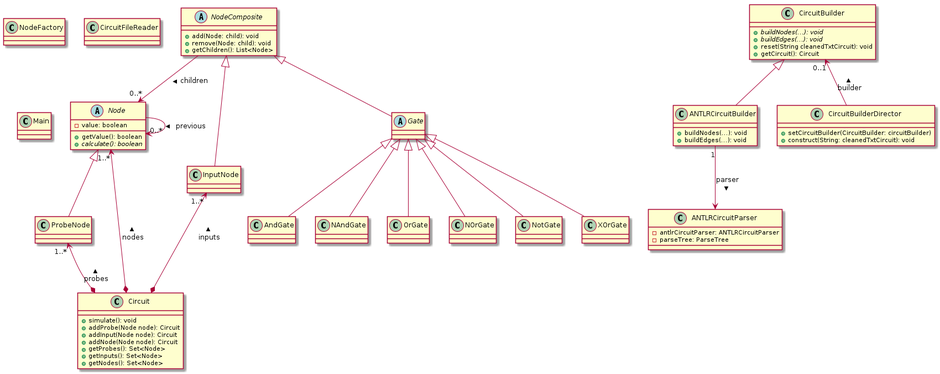
stevenliebregt/avans-dp1-sirkwie keeps this PlantUML diagram as docs/diagrams/build/dkd.png. Above is the earlier version. The source it was exported from:
```plantuml
@startuml

abstract class Node {
    -value: boolean
    +getValue(): boolean
    +{abstract} calculate(): boolean
}
Node --> "0..*" Node : previous >

abstract class NodeComposite {
    +add(Node: child): void
    +remove(Node: child): void
    +getChildren(): List<Node>
}
NodeComposite --> "0..*" Node : children >

class InputNode {
}
NodeComposite <|-- InputNode

class ProbeNode {
}
Node <|-- ProbeNode

abstract class Gate {
}
NodeComposite <|-- Gate

class AndGate {
}
Gate <|-- AndGate

class NAndGate {
}
Gate <|-- NAndGate

class OrGate {
}
Gate <|-- OrGate

class NOrGate {
}
Gate <|-- NOrGate

class NotGate {
}
Gate <|-- NotGate

class XOrGate {
}
Gate <|-- XOrGate

class Circuit {
    +simulate(): void
    +addProbe(Node node): Circuit
    +addInput(Node node): Circuit
    +addNode(Node node): Circuit
    +getProbes(): Set<Node>
    +getInputs(): Set<Node>
    +getNodes(): Set<Node>
}
InputNode "1..*" <--* Circuit : inputs <
ProbeNode "1..*" <--* Circuit : probes <
Node "1..*" <--* Circuit : nodes <

class CircuitBuilder {
    +{abstract} buildNodes(...): void
    +{abstract} buildEdges(...): void
    +reset(String cleanedTxtCircuit): void
    +getCircuit(): Circuit
}

class ANTLRCircuitBuilder {
    +buildNodes(...): void
    +buildEdges(...): void
}
CircuitBuilder <|-- ANTLRCircuitBuilder
ANTLRCircuitBuilder "1" --> ANTLRCircuitParser : parser >

class CircuitBuilderDirector {
    +setCircuitBuilder(CircuitBuilder: circuitBuilder)
    +construct(String: cleanedTxtCircuit): void
}
CircuitBuilder "0..1" <-- CircuitBuilderDirector : builder <

class NodeFactory {
}

class ANTLRCircuitParser {
    -antlrCircuitParser: ANTLRCircuitParser
    -parseTree: ParseTree
}

class CircuitFileReader {
}

class Main {
}

@enduml
```
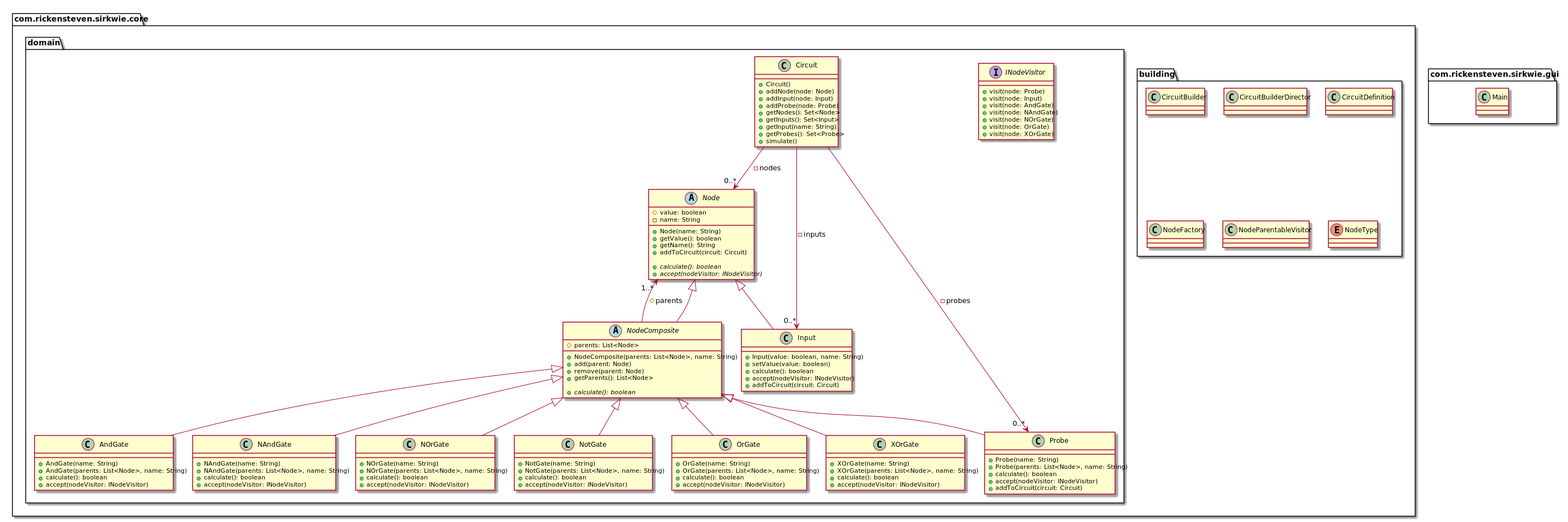
After the commit.

Change to the diagram source:
```diff
@@ -1,100 +1,153 @@
 @startuml
 
-abstract class Node {
-    -value: boolean
-    +getValue(): boolean
-    +{abstract} calculate(): boolean
-}
-Node --> "0..*" Node : previous >
 
-abstract class NodeComposite {
-    +add(Node: child): void
-    +remove(Node: child): void
-    +getChildren(): List<Node>
-}
-NodeComposite --> "0..*" Node : children >
+package com.rickensteven.sirkwie.core {
 
-class InputNode {
-}
-NodeComposite <|-- InputNode
+package building {
+    class CircuitBuilder {
 
-class ProbeNode {
-}
-Node <|-- ProbeNode
+    }
 
-abstract class Gate {
-}
-NodeComposite <|-- Gate
+    class CircuitBuilderDirector {
 
-class AndGate {
-}
-Gate <|-- AndGate
+    }
 
-class NAndGate {
-}
-Gate <|-- NAndGate
+    class CircuitDefinition {
 
-class OrGate {
-}
-Gate <|-- OrGate
+    }
 
-class NOrGate {
-}
-Gate <|-- NOrGate
+    class NodeFactory {
 
-class NotGate {
-}
-Gate <|-- NotGate
+    }
 
-class XOrGate {
-}
-Gate <|-- XOrGate
+    class NodeParentableVisitor {
 
-class Circuit {
-    +simulate(): void
-    +addProbe(Node node): Circuit
-    +addInput(Node node): Circuit
-    +addNode(Node node): Circuit
-    +getProbes(): Set<Node>
-    +getInputs(): Set<Node>
-    +getNodes(): Set<Node>
-}
-InputNode "1..*" <--* Circuit : inputs <
-ProbeNode "1..*" <--* Circuit : probes <
-Node "1..*" <--* Circuit : nodes <
+    }
 
-class CircuitBuilder {
-    +{abstract} buildNodes(...): void
-    +{abstract} buildEdges(...): void
-    +reset(String cleanedTxtCircuit): void
-    +getCircuit(): Circuit
+    enum NodeType {
+
+    }
 }
 
-class ANTLRCircuitBuilder {
-    +buildNodes(...): void
-    +buildEdges(...): void
-}
-CircuitBuilder <|-- ANTLRCircuitBuilder
-ANTLRCircuitBuilder "1" --> ANTLRCircuitParser : parser >
 
-class CircuitBuilderDirector {
-    +setCircuitBuilder(CircuitBuilder: circuitBuilder)
-    +construct(String: cleanedTxtCircuit): void
-}
-CircuitBuilder "0..1" <-- CircuitBuilderDirector : builder <
+package domain {
+    abstract class Node {
+        #value: boolean
+        -name: String
 
-class NodeFactory {
+        +Node(name: String)
+        +getValue(): boolean
+        +getName(): String
+        +addToCircuit(circuit: Circuit)
+
+        +{abstract}calculate(): boolean
+        +{abstract}accept(nodeVisitor: INodeVisitor)
+    }
+
+    abstract class NodeComposite extends Node {
+        #parents: List<Node>
+
+        +NodeComposite(parents: List<Node>, name: String)
+        +add(parent: Node)
+        +remove(parent: Node)
+        +getParents(): List<Node>
+
+        +{abstract}calculate(): boolean
+    }
+    NodeComposite " " --> "1..*" Node : #parents
+
+    interface INodeVisitor {
+        +visit(node: Probe)
+        +visit(node: Input)
+        +visit(node: AndGate)
+        +visit(node: NAndGate)
+        +visit(node: NOrGate)
+        +visit(node: OrGate)
+        +visit(node: XOrGate)
+    }
+
+    class Circuit {
+        +Circuit()
+        +addNode(node: Node)
+        +addInput(node: Input)
+        +addProbe(node: Probe)
+        +getNodes(): Set<Node>
+        +getInputs(): Set<Input>
+        +getInput(name: String)
+        +getProbes(): Set<Probe>
+        +simulate()
+    }
+    Circuit " " --> "0..*" Node : -nodes
+    Circuit " " --> "0..*" Input : -inputs
+    Circuit " " --> "0..*" Probe : -probes
+
+    class Input extends Node {
+        +Input(value: boolean, name: String)
+        +setValue(value: boolean)
+        +calculate(): boolean
+        +accept(nodeVisitor: INodeVisitor)
+        +addToCircuit(circuit: Circuit)
+    }
+
+    class Probe extends NodeComposite {
+        +Probe(name: String)
+        +Probe(parents: List<Node>, name: String)
+        +calculate(): boolean
+        +accept(nodeVisitor: INodeVisitor)
+        +addToCircuit(circuit: Circuit)
+    }
+
+    class AndGate extends NodeComposite {
+        +AndGate(name: String)
+        +AndGate(parents: List<Node>, name: String)
+        +calculate(): boolean
+        +accept(nodeVisitor: INodeVisitor)
+    }
+
+    class NAndGate extends NodeComposite {
+        +NAndGate(name: String)
+        +NAndGate(parents: List<Node>, name: String)
+        +calculate(): boolean
+        +accept(nodeVisitor: INodeVisitor)
+    }
+
+    class NOrGate extends NodeComposite {
+        +NOrGate(name: String)
+        +NOrGate(parents: List<Node>, name: String)
+        +calculate(): boolean
+        +accept(nodeVisitor: INodeVisitor)
+    }
+
+    class NotGate extends NodeComposite {
+        +NotGate(name: String)
+        +NotGate(parents: List<Node>, name: String)
+        +calculate(): boolean
+        +accept(nodeVisitor: INodeVisitor)
+    }
+
+    class OrGate extends NodeComposite {
+        +OrGate(name: String)
+        +OrGate(parents: List<Node>, name: String)
+        +calculate(): boolean
+        +accept(nodeVisitor: INodeVisitor)
+    }
+
+    class XOrGate extends NodeComposite {
+        +XOrGate(name: String)
+        +XOrGate(parents: List<Node>, name: String)
+        +calculate(): boolean
+        +accept(nodeVisitor: INodeVisitor)
+    }
 }
 
-class ANTLRCircuitParser {
-    -antlrCircuitParser: ANTLRCircuitParser
-    -parseTree: ParseTree
 }
 
-class CircuitFileReader {
+
+package com.rickensteven.sirkwie.gui {
+    class Main {
+
+    }
 }
 
-class Main {
-}
 
 @enduml
```
